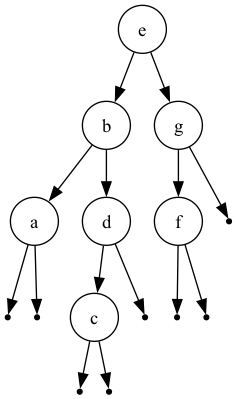
This is tree.png from SharQawyCS/Optimal-Binary-Search-Tree, a Graphviz export, as it was before one commit. Its source is kept beside it as tree.dot. The source it was exported from:
```dot
digraph OBST {
  node [shape=circle];
  "e" -> "b";
  "b" -> "a";
  null0 [shape=point];
  "a" -> null0;
  null1 [shape=point];
  "a" -> null1;
  "b" -> "d";
  "d" -> "c";
  null2 [shape=point];
  "c" -> null2;
  null3 [shape=point];
  "c" -> null3;
  null4 [shape=point];
  "d" -> null4;
  "e" -> "g";
  "g" -> "f";
  null5 [shape=point];
  "f" -> null5;
  null6 [shape=point];
  "f" -> null6;
  null7 [shape=point];
  "g" -> null7;
}
```
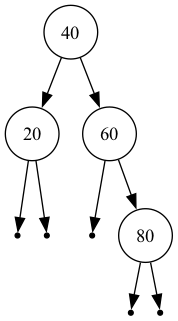
After the change.

Diff of the diagram source:
```diff
@@ -1,25 +1,16 @@
 digraph OBST {
   node [shape=circle];
-  "e" -> "b";
-  "b" -> "a";
+  "40" -> "20";
   null0 [shape=point];
-  "a" -> null0;
+  "20" -> null0;
   null1 [shape=point];
-  "a" -> null1;
-  "b" -> "d";
-  "d" -> "c";
+  "20" -> null1;
+  "40" -> "60";
   null2 [shape=point];
-  "c" -> null2;
+  "60" -> null2;
+  "60" -> "80";
   null3 [shape=point];
-  "c" -> null3;
+  "80" -> null3;
   null4 [shape=point];
-  "d" -> null4;
-  "e" -> "g";
-  "g" -> "f";
-  null5 [shape=point];
-  "f" -> null5;
-  null6 [shape=point];
-  "f" -> null6;
-  null7 [shape=point];
-  "g" -> null7;
+  "80" -> null4;
 }
```
